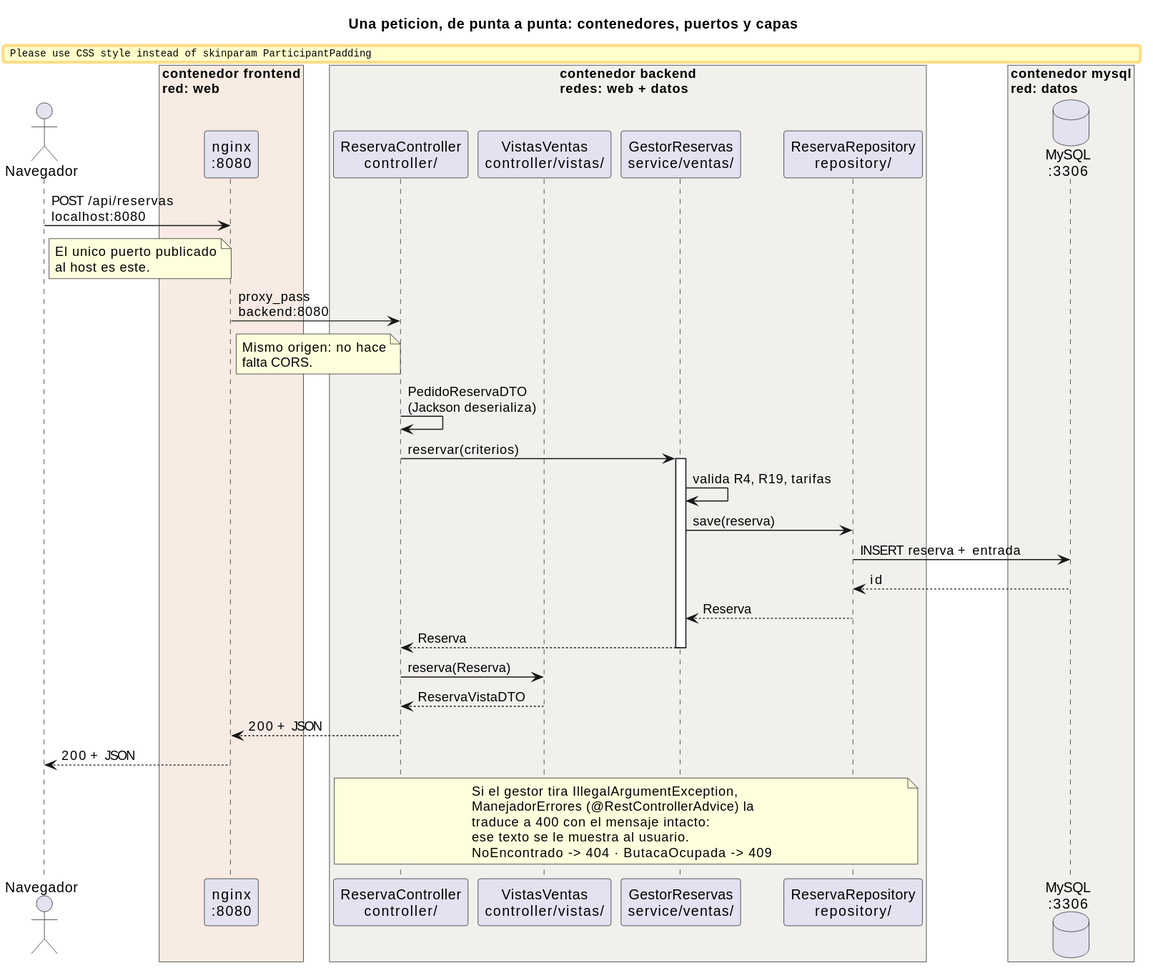
Before: _other/docs/diagramas/peticion-capas.svg, a diagram exported from PlantUML (andreiveisuade/cine-uade). The source it was exported from:
```plantuml
@startuml
title Una peticion, de punta a punta: contenedores, puertos y capas

skinparam sequenceMessageAlign left
skinparam maxMessageSize 200
skinparam ParticipantPadding 10
skinparam BoxPadding 12

actor Navegador as N

box "contenedor frontend\nred: web" #F7EBE3
  participant "nginx\n:8080" as NGINX
end box

box "contenedor backend\nredes: web + datos" #F2F0ED
  participant "ReservaController\ncontroller/" as CTRL
  participant "VistasVentas\ncontroller/vistas/" as VIS
  participant "GestorReservas\nservice/ventas/" as GEST
  participant "ReservaRepository\nrepository/" as REPO
end box

box "contenedor mysql\nred: datos" #F2F0ED
  database "MySQL\n:3306" as DB
end box

N -> NGINX : POST /api/reservas\nlocalhost:8080
note right of N
  El unico puerto publicado
  al host es este.
end note

NGINX -> CTRL : proxy_pass\nbackend:8080
note right of NGINX
  Mismo origen: no hace
  falta CORS.
end note

CTRL -> CTRL : PedidoReservaDTO\n(Jackson deserializa)
CTRL -> GEST : reservar(criterios)
activate GEST

GEST -> GEST : valida R4, R19, tarifas
GEST -> REPO : save(reserva)
REPO -> DB : INSERT reserva + entrada
DB --> REPO : id
REPO --> GEST : Reserva
GEST --> CTRL : Reserva
deactivate GEST

CTRL -> VIS : reserva(Reserva)
VIS --> CTRL : ReservaVistaDTO

CTRL --> NGINX : 200 + JSON
NGINX --> N : 200 + JSON

note over CTRL, REPO
  Si el gestor tira IllegalArgumentException,
  ManejadorErrores (@RestControllerAdvice) la
  traduce a 400 con el mensaje intacto:
  ese texto se le muestra al usuario.
  NoEncontrado -> 404 · ButacaOcupada -> 409
end note
@enduml
```
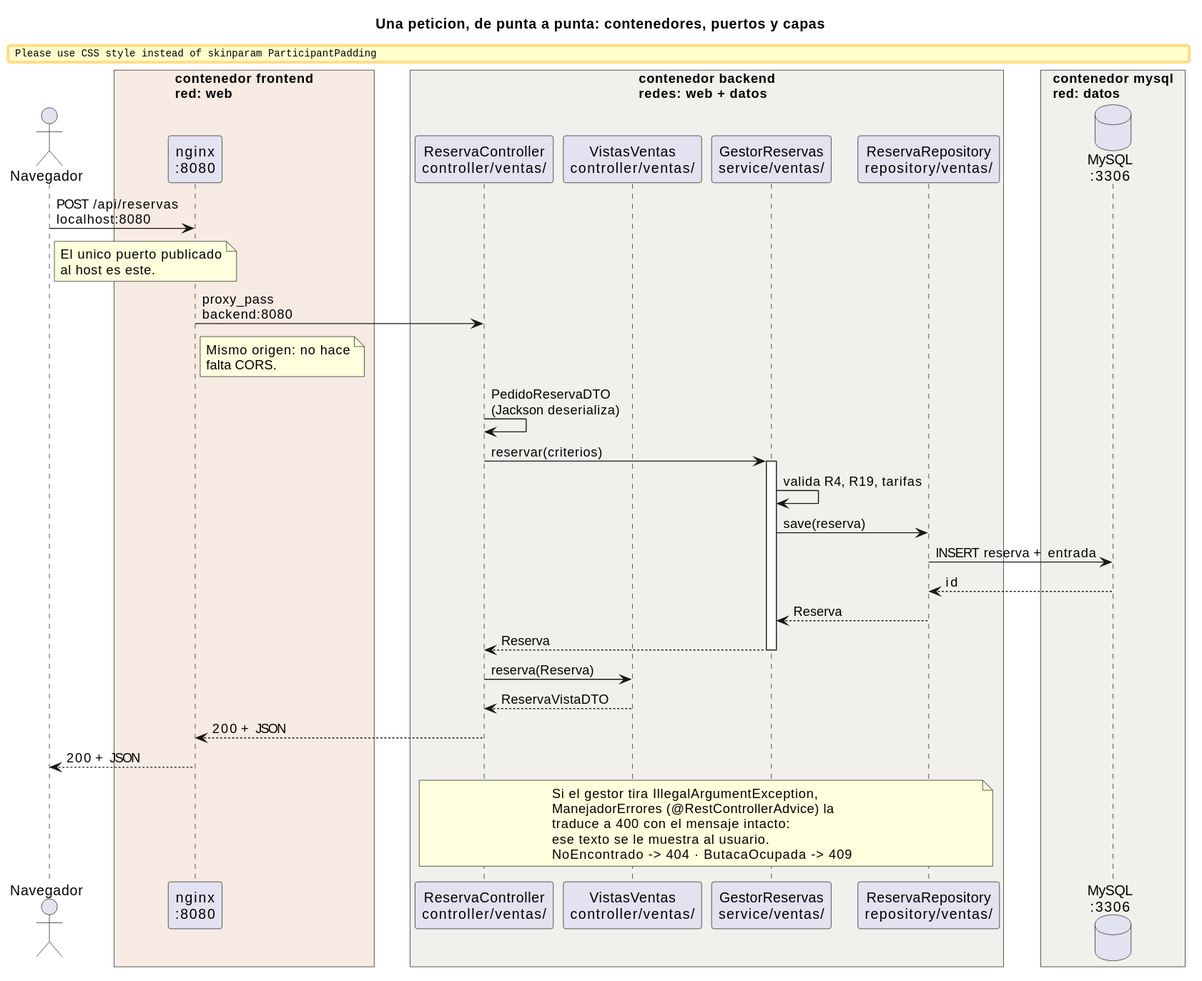
Later version of the same file.

Commit message:
docs: misma lista de subdominios en todas las capas, en el manual y los diagramas

What changed in the source:
```diff
@@ -13,10 +13,10 @@
 end box
 
 box "contenedor backend\nredes: web + datos" #F2F0ED
-  participant "ReservaController\ncontroller/" as CTRL
-  participant "VistasVentas\ncontroller/vistas/" as VIS
+  participant "ReservaController\ncontroller/ventas/" as CTRL
+  participant "VistasVentas\ncontroller/ventas/" as VIS
   participant "GestorReservas\nservice/ventas/" as GEST
-  participant "ReservaRepository\nrepository/" as REPO
+  participant "ReservaRepository\nrepository/ventas/" as REPO
 end box
 
 box "contenedor mysql\nred: datos" #F2F0ED
```
